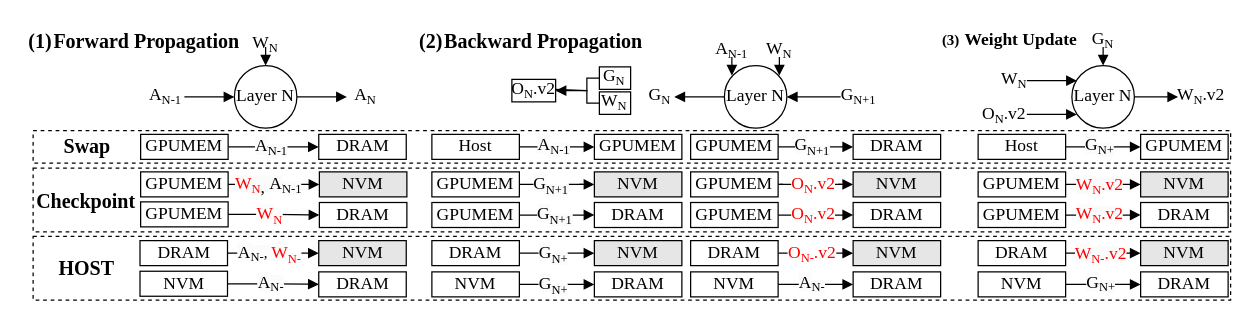
Above: fig/pipeline.drawio in icszhr/NCheck (draw.io), before the change. Source tidied: cells renumbered, new cells numbered last; positions are measured from the earlier drawing's top-left corner, leaving out a move shared by most shapes. Both pictures are drawn from the tidied source at 125%, with x=0, y=0 at pixel (21, 21).
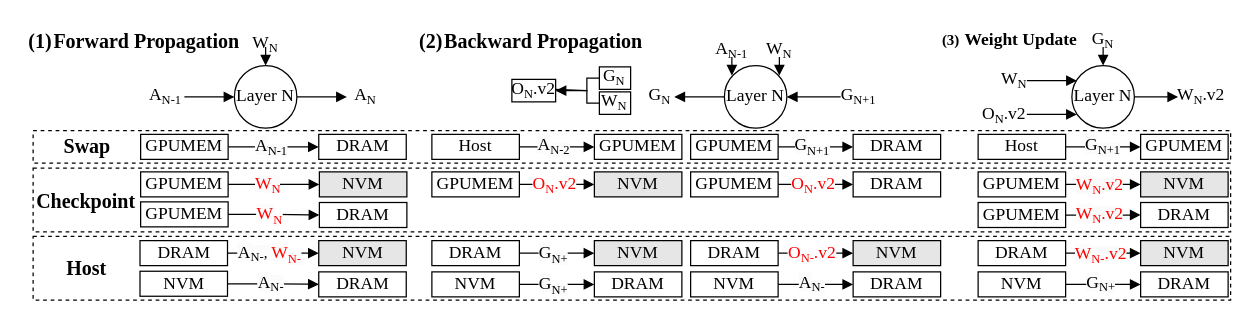
After the change.

What changed in the source:
```diff
@@
-    <mxCell id="16" value="&lt;font style=&quot;&quot;&gt;&lt;span style=&quot;font-style: normal; font-variant-ligatures: normal; font-variant-caps: normal; font-weight: 400; letter-spacing: normal; orphans: 2; text-align: center; text-indent: 0px; text-transform: none; widows: 2; word-spacing: 0px; -webkit-text-stroke-width: 0px; white-space: normal; background-color: rgb(251, 251, 251); text-decoration-thickness: initial; text-decoration-style: initial; text-decoration-color: initial; float: none; display: inline !important;&quot;&gt;&lt;span style=&quot;font-size: 14px; color: rgb(255, 0, 0);&quot;&gt;W&lt;/span&gt;&lt;sub style=&quot;&quot;&gt;&lt;font style=&quot;&quot;&gt;&lt;font style=&quot;font-size: 10px;&quot; color=&quot;#ff0000&quot;&gt;N&lt;/font&gt;&lt;span style=&quot;font-size: 14px;&quot;&gt;,&lt;/span&gt;&lt;font style=&quot;font-size: 14px;&quot; color=&quot;#ff0000&quot;&gt;&amp;nbsp;&lt;/font&gt;&lt;/font&gt;&lt;/sub&gt;&lt;span style=&quot;font-size: 14px;&quot;&gt;A&lt;/span&gt;&lt;/span&gt;&lt;sub style=&quot;forced-color-adjust: none; color: rgb(0, 0, 0); font-style: normal; font-variant-ligatures: normal; font-variant-caps: normal; font-weight: 400; letter-spacing: normal; orphans: 2; text-align: center; text-indent: 0px; text-transform: none; widows: 2; word-spacing: 0px; -webkit-text-stroke-width: 0px; white-space: normal; background-color: rgb(251, 251, 251); text-decoration-thickness: initial; text-decoration-style: initial; text-decoration-color: initial;&quot;&gt;&lt;font style=&quot;font-size: 10px;&quot;&gt;N-1&lt;/font&gt;&lt;/sub&gt;&lt;/font&gt;" style="text;whiteSpace=wrap;html=1;fontFamily=Times New Roman;" parent="1" vertex="1">
-      <mxGeometry x="169" y="115" width="61" height="30" as="geometry" />
+    <mxCell id="16" value="&lt;font style=&quot;&quot;&gt;&lt;span style=&quot;font-style: normal; font-variant-ligatures: normal; font-variant-caps: normal; font-weight: 400; letter-spacing: normal; orphans: 2; text-align: center; text-indent: 0px; text-transform: none; widows: 2; word-spacing: 0px; -webkit-text-stroke-width: 0px; white-space: normal; background-color: rgb(251, 251, 251); text-decoration-thickness: initial; text-decoration-style: initial; text-decoration-color: initial; float: none; display: inline !important;&quot;&gt;&lt;span style=&quot;font-size: 14px; color: rgb(255, 0, 0);&quot;&gt;W&lt;/span&gt;&lt;sub style=&quot;&quot;&gt;&lt;font style=&quot;&quot;&gt;&lt;font style=&quot;font-size: 10px;&quot; color=&quot;#ff0000&quot;&gt;N&lt;/font&gt;&lt;/font&gt;&lt;/sub&gt;&lt;/span&gt;&lt;/font&gt;" style="text;whiteSpace=wrap;html=1;fontFamily=Times New Roman;" parent="1" vertex="1">
+      <mxGeometry x="185" y="115" width="29" height="30" as="geometry" />
     </mxCell>
@@
-    <mxCell id="18" value="&lt;font style=&quot;font-size: 14px;&quot;&gt;Host&lt;/font&gt;" style="rounded=0;whiteSpace=wrap;html=1;fontFamily=Times New Roman;" parent="1" vertex="1">
+    <mxCell id="18" value="&lt;span style=&quot;font-size: 14px;&quot;&gt;Host&lt;/span&gt;" style="rounded=0;whiteSpace=wrap;html=1;fontFamily=Times New Roman;" parent="1" vertex="1">
       <mxGeometry x="328" y="90" width="70" height="20" as="geometry" />
     </mxCell>
@@
-    <mxCell id="45" value="&lt;font style=&quot;&quot;&gt;&lt;span style=&quot;font-size: 14px; color: rgb(0, 0, 0); font-style: normal; font-variant-ligatures: normal; font-variant-caps: normal; font-weight: 400; letter-spacing: normal; orphans: 2; text-align: center; text-indent: 0px; text-transform: none; widows: 2; word-spacing: 0px; -webkit-text-stroke-width: 0px; white-space: normal; background-color: rgb(251, 251, 251); text-decoration-thickness: initial; text-decoration-style: initial; text-decoration-color: initial; float: none; display: inline !important;&quot;&gt;A&lt;/span&gt;&lt;sub style=&quot;forced-color-adjust: none; color: rgb(0, 0, 0); font-style: normal; font-variant-ligatures: normal; font-variant-caps: normal; font-weight: 400; letter-spacing: normal; orphans: 2; text-align: center; text-indent: 0px; text-transform: none; widows: 2; word-spacing: 0px; -webkit-text-stroke-width: 0px; white-space: normal; background-color: rgb(251, 251, 251); text-decoration-thickness: initial; text-decoration-style: initial; text-decoration-color: initial;&quot;&gt;&lt;font style=&quot;font-size: 10px;&quot;&gt;N-1&lt;/font&gt;&lt;/sub&gt;&lt;/font&gt;" style="text;whiteSpace=wrap;html=1;fontFamily=Times New Roman;" parent="1" vertex="1">
+    <mxCell id="45" value="&lt;font style=&quot;&quot;&gt;&lt;span style=&quot;font-size: 14px; color: rgb(0, 0, 0); font-style: normal; font-variant-ligatures: normal; font-variant-caps: normal; font-weight: 400; letter-spacing: normal; orphans: 2; text-align: center; text-indent: 0px; text-transform: none; widows: 2; word-spacing: 0px; -webkit-text-stroke-width: 0px; white-space: normal; background-color: rgb(251, 251, 251); text-decoration-thickness: initial; text-decoration-style: initial; text-decoration-color: initial; float: none; display: inline !important;&quot;&gt;A&lt;/span&gt;&lt;sub style=&quot;forced-color-adjust: none; color: rgb(0, 0, 0); font-style: normal; font-variant-ligatures: normal; font-variant-caps: normal; font-weight: 400; letter-spacing: normal; orphans: 2; text-align: center; text-indent: 0px; text-transform: none; widows: 2; word-spacing: 0px; -webkit-text-stroke-width: 0px; white-space: normal; background-color: rgb(251, 251, 251); text-decoration-thickness: initial; text-decoration-style: initial; text-decoration-color: initial;&quot;&gt;&lt;font style=&quot;font-size: 10px;&quot;&gt;N-2&lt;/font&gt;&lt;/sub&gt;&lt;/font&gt;" style="text;whiteSpace=wrap;html=1;fontFamily=Times New Roman;" parent="1" vertex="1">
       <mxGeometry x="411" y="84" width="30" height="30" as="geometry" />
     </mxCell>
@@
     <mxCell id="50" value="&lt;font style=&quot;font-size: 14px;&quot;&gt;GPUMEM&lt;/font&gt;" style="rounded=0;whiteSpace=wrap;html=1;fontFamily=Times New Roman;" parent="1" vertex="1">
-      <mxGeometry x="535" y="120" width="70" height="20" as="geometry" />
+      <mxGeometry x="328" y="120" width="70" height="20" as="geometry" />
     </mxCell>
     <mxCell id="51" value="&lt;font style=&quot;font-size: 14px;&quot;&gt;NVM&lt;/font&gt;" style="rounded=0;whiteSpace=wrap;html=1;fontFamily=Times New Roman;fillColor=#E6E6E6;" parent="1" vertex="1">
-      <mxGeometry x="665" y="120" width="70" height="20" as="geometry" />
+      <mxGeometry x="458" y="120" width="70" height="20" as="geometry" />
     </mxCell>
@@
-    <mxCell id="61" value="&lt;font style=&quot;&quot;&gt;&lt;span style=&quot;font-size: 14px; color: rgb(0, 0, 0); font-style: normal; font-variant-ligatures: normal; font-variant-caps: normal; font-weight: 400; letter-spacing: normal; orphans: 2; text-align: center; text-indent: 0px; text-transform: none; widows: 2; word-spacing: 0px; -webkit-text-stroke-width: 0px; white-space: normal; background-color: rgb(251, 251, 251); text-decoration-thickness: initial; text-decoration-style: initial; text-decoration-color: initial; float: none; display: inline !important;&quot;&gt;G&lt;/span&gt;&lt;sub style=&quot;forced-color-adjust: none; color: rgb(0, 0, 0); font-style: normal; font-variant-ligatures: normal; font-variant-caps: normal; font-weight: 400; letter-spacing: normal; orphans: 2; text-align: center; text-indent: 0px; text-transform: none; widows: 2; word-spacing: 0px; -webkit-text-stroke-width: 0px; white-space: normal; background-color: rgb(251, 251, 251); text-decoration-thickness: initial; text-decoration-style: initial; text-decoration-color: initial;&quot;&gt;&lt;font style=&quot;font-size: 10px;&quot;&gt;N+&lt;/font&gt;&lt;/sub&gt;&lt;/font&gt;" style="text;whiteSpace=wrap;html=1;fontFamily=Times New Roman;" parent="1" vertex="1">
+    <mxCell id="61" value="&lt;font style=&quot;&quot;&gt;&lt;span style=&quot;font-size: 14px; color: rgb(0, 0, 0); font-style: normal; font-variant-ligatures: normal; font-variant-caps: normal; font-weight: 400; letter-spacing: normal; orphans: 2; text-align: center; text-indent: 0px; text-transform: none; widows: 2; word-spacing: 0px; -webkit-text-stroke-width: 0px; white-space: normal; background-color: rgb(251, 251, 251); text-decoration-thickness: initial; text-decoration-style: initial; text-decoration-color: initial; float: none; display: inline !important;&quot;&gt;G&lt;/span&gt;&lt;sub style=&quot;forced-color-adjust: none; color: rgb(0, 0, 0); font-style: normal; font-variant-ligatures: normal; font-variant-caps: normal; font-weight: 400; letter-spacing: normal; orphans: 2; text-align: center; text-indent: 0px; text-transform: none; widows: 2; word-spacing: 0px; -webkit-text-stroke-width: 0px; white-space: normal; background-color: rgb(251, 251, 251); text-decoration-thickness: initial; text-decoration-style: initial; text-decoration-color: initial;&quot;&gt;&lt;font style=&quot;font-size: 10px;&quot;&gt;N+1&lt;/font&gt;&lt;/sub&gt;&lt;/font&gt;" style="text;whiteSpace=wrap;html=1;fontFamily=Times New Roman;" parent="1" vertex="1">
       <mxGeometry x="849" y="84" width="30" height="30" as="geometry" />
     </mxCell>
@@
-    <mxCell id="63" value="&lt;b style=&quot;font-size: 16px;&quot;&gt;HOST&lt;/b&gt;" style="text;html=1;align=center;verticalAlign=middle;whiteSpace=wrap;rounded=0;fontFamily=Times New Roman;fontSize=16;" parent="1" vertex="1">
+    <mxCell id="63" value="&lt;b style=&quot;font-size: 16px;&quot;&gt;Host&lt;/b&gt;" style="text;html=1;align=center;verticalAlign=middle;whiteSpace=wrap;rounded=0;fontFamily=Times New Roman;fontSize=16;" parent="1" vertex="1">
       <mxGeometry x="-0.5" y="182" width="104" height="30" as="geometry" />
     </mxCell>
@@
-    <mxCell id="85" style="endArrow=none;html=1;rounded=0;" parent="1" edge="1">
-      <mxGeometry relative="1" as="geometry">
-        <mxPoint x="606" y="130" as="sourcePoint" />
-        <mxPoint x="609" y="130" as="targetPoint" />
-      </mxGeometry>
-    </mxCell>
-    <mxCell id="86" style="endArrow=none;html=1;rounded=0;" parent="1" edge="1">
-      <mxGeometry relative="1" as="geometry">
-        <mxPoint x="653" y="130" as="sourcePoint" />
-        <mxPoint x="656" y="130" as="targetPoint" />
-      </mxGeometry>
-    </mxCell>
@@
-    <mxCell id="96" style="edgeStyle=orthogonalEdgeStyle;rounded=0;jettySize=auto;html=1;entryX=0;entryY=0.5;entryDx=0;entryDy=0;endArrow=block;endFill=1;fontFamily=Times New Roman;" parent="1" edge="1" source="98" target="99">
-      <mxGeometry relative="1" as="geometry" />
-    </mxCell>
-    <mxCell id="97" value="&lt;span style=&quot;font-family: &amp;quot;Times New Roman&amp;quot;; text-wrap: wrap; background-color: rgb(251, 251, 251); font-size: 14px;&quot;&gt;G&lt;/span&gt;&lt;sub style=&quot;font-family: &amp;quot;Times New Roman&amp;quot;; text-wrap: wrap; background-color: rgb(251, 251, 251);&quot;&gt;&lt;font style=&quot;font-size: 10px;&quot;&gt;N+1&lt;/font&gt;&lt;/sub&gt;" style="edgeLabel;html=1;align=center;verticalAlign=middle;" parent="96" vertex="1">
-      <mxGeometry x="-0.19" relative="1" as="geometry" />
-    </mxCell>
-    <mxCell id="98" value="&lt;font style=&quot;font-size: 14px;&quot;&gt;GPUMEM&lt;/font&gt;" style="rounded=0;whiteSpace=wrap;html=1;fontFamily=Times New Roman;" parent="1" vertex="1">
-      <mxGeometry x="328" y="120" width="70" height="20" as="geometry" />
-    </mxCell>
-    <mxCell id="99" value="&lt;font style=&quot;font-size: 14px;&quot;&gt;NVM&lt;/font&gt;" style="rounded=0;whiteSpace=wrap;html=1;fontFamily=Times New Roman;fillColor=#E6E6E6;" parent="1" vertex="1">
-      <mxGeometry x="458" y="120" width="70" height="20" as="geometry" />
-    </mxCell>
-    <mxCell id="100" style="endArrow=none;html=1;rounded=0;" parent="1" edge="1">
-      <mxGeometry relative="1" as="geometry">
-        <mxPoint x="446" y="130" as="sourcePoint" />
-        <mxPoint x="449" y="130" as="targetPoint" />
-      </mxGeometry>
-    </mxCell>
@@
     <mxCell id="118" value="&lt;font style=&quot;font-size: 14px;&quot;&gt;GPUMEM&lt;/font&gt;" style="rounded=0;whiteSpace=wrap;html=1;fontFamily=Times New Roman;" parent="1" vertex="1">
-      <mxGeometry x="535" y="144.5" width="70" height="20" as="geometry" />
+      <mxGeometry x="535" y="120" width="70" height="20" as="geometry" />
     </mxCell>
     <mxCell id="119" value="&lt;font style=&quot;font-size: 14px;&quot;&gt;DRAM&lt;/font&gt;" style="rounded=0;whiteSpace=wrap;html=1;fontFamily=Times New Roman;" parent="1" vertex="1">
-      <mxGeometry x="665" y="144.5" width="70" height="20" as="geometry" />
+      <mxGeometry x="665" y="120" width="70" height="20" as="geometry" />
     </mxCell>
@@
-    <mxCell id="128" style="edgeStyle=orthogonalEdgeStyle;rounded=0;jettySize=auto;html=1;entryX=0;entryY=0.5;entryDx=0;entryDy=0;endArrow=block;endFill=1;fontFamily=Times New Roman;" parent="1" edge="1" source="130" target="131">
-      <mxGeometry relative="1" as="geometry" />
-    </mxCell>
-    <mxCell id="129" value="&lt;span style=&quot;text-wrap: wrap; font-family: &amp;quot;Times New Roman&amp;quot;; background-color: rgb(251, 251, 251); font-size: 14px;&quot;&gt;G&lt;/span&gt;&lt;sub style=&quot;text-wrap: wrap; font-family: &amp;quot;Times New Roman&amp;quot;; background-color: rgb(251, 251, 251);&quot;&gt;&lt;font style=&quot;font-size: 10px;&quot;&gt;N+1&lt;/font&gt;&lt;/sub&gt;" style="edgeLabel;html=1;align=center;verticalAlign=middle;" parent="128" vertex="1">
-      <mxGeometry x="-0.11" relative="1" as="geometry" />
-    </mxCell>
-    <mxCell id="130" value="&lt;font style=&quot;font-size: 14px;&quot;&gt;GPUMEM&lt;/font&gt;" style="rounded=0;whiteSpace=wrap;html=1;fontFamily=Times New Roman;" parent="1" vertex="1">
-      <mxGeometry x="328" y="144.5" width="70" height="20" as="geometry" />
-    </mxCell>
-    <mxCell id="131" value="&lt;font style=&quot;font-size: 14px;&quot;&gt;DRAM&lt;/font&gt;" style="rounded=0;whiteSpace=wrap;html=1;fontFamily=Times New Roman;" parent="1" vertex="1">
-      <mxGeometry x="458" y="144.5" width="70" height="20" as="geometry" />
-    </mxCell>
```
